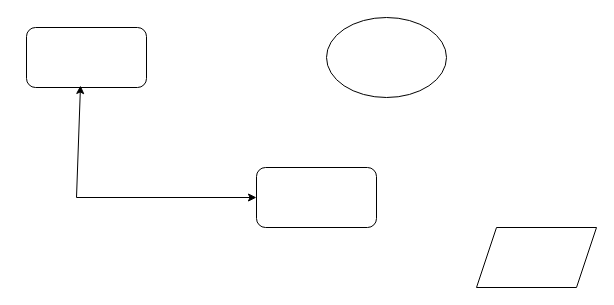
Earlier version of the draw.io diagram Untitled Diagram.drawio (brianbritten/draw-io-test1). Source tidied: cells renumbered, new cells numbered last; positions are measured from the earlier drawing's top-left corner, leaving out a move shared by most shapes. Both pictures are drawn from the tidied source at 100%, with x=0, y=0 at pixel (26, 17).
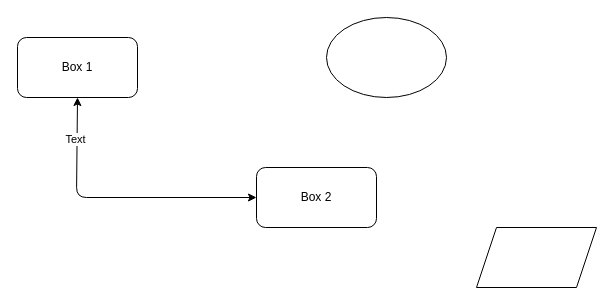
The same page after the edit.

Diff of the diagram source:
```diff
@@
 <mxGraphModel>
   <root>
     <mxCell id="0" />
     <mxCell id="1" parent="0" />
-    <mxCell id="2" style="rounded=1;whiteSpace=wrap;html=1;" parent="1" vertex="1">
-      <mxGeometry y="10" width="120" height="60" as="geometry" />
+    <mxCell id="2" value="Box 1" style="rounded=1;whiteSpace=wrap;html=1;" parent="1" vertex="1">
+      <mxGeometry x="-9" y="20" width="120" height="60" as="geometry" />
     </mxCell>
-    <mxCell id="3" style="rounded=1;whiteSpace=wrap;html=1;" parent="1" vertex="1">
+    <mxCell id="3" value="Box 2" style="rounded=1;whiteSpace=wrap;html=1;" parent="1" vertex="1">
       <mxGeometry x="230" y="150" width="120" height="60" as="geometry" />
     </mxCell>
-    <mxCell id="4" style="endArrow=classic;startArrow=classic;html=1;rounded=0;exitX=0.45;exitY=0.967;exitDx=0;exitDy=0;exitPerimeter=0;entryX=0;entryY=0.5;entryDx=0;entryDy=0;" parent="1" edge="1" source="2" target="3">
+    <mxCell id="4" style="endArrow=classic;startArrow=classic;html=1;rounded=1;entryX=0;entryY=0.5;entryDx=0;entryDy=0;exitX=0.5;exitY=1;exitDx=0;exitDy=0;" parent="1" edge="1" source="2" target="3">
       <mxGeometry relative="1" as="geometry">
         <Array as="points">
           <mxPoint x="50" y="180" />
         </Array>
       </mxGeometry>
     </mxCell>
+    <mxCell id="7" value="Text" style="edgeLabel;html=1;align=center;verticalAlign=middle;" parent="4" vertex="1">
+      <mxGeometry x="-0.7" y="-2" relative="1" as="geometry" />
+    </mxCell>
     <mxCell id="5" style="ellipse;whiteSpace=wrap;html=1;" parent="1" vertex="1">
       <mxGeometry x="300" width="120" height="80" as="geometry" />
     </mxCell>
     <mxCell id="6" style="shape=parallelogram;perimeter=parallelogramPerimeter;whiteSpace=wrap;html=1;fixedSize=1;" parent="1" vertex="1">
       <mxGeometry x="450" y="210" width="120" height="60" as="geometry" />
     </mxCell>
   </root>
 </mxGraphModel>
```
